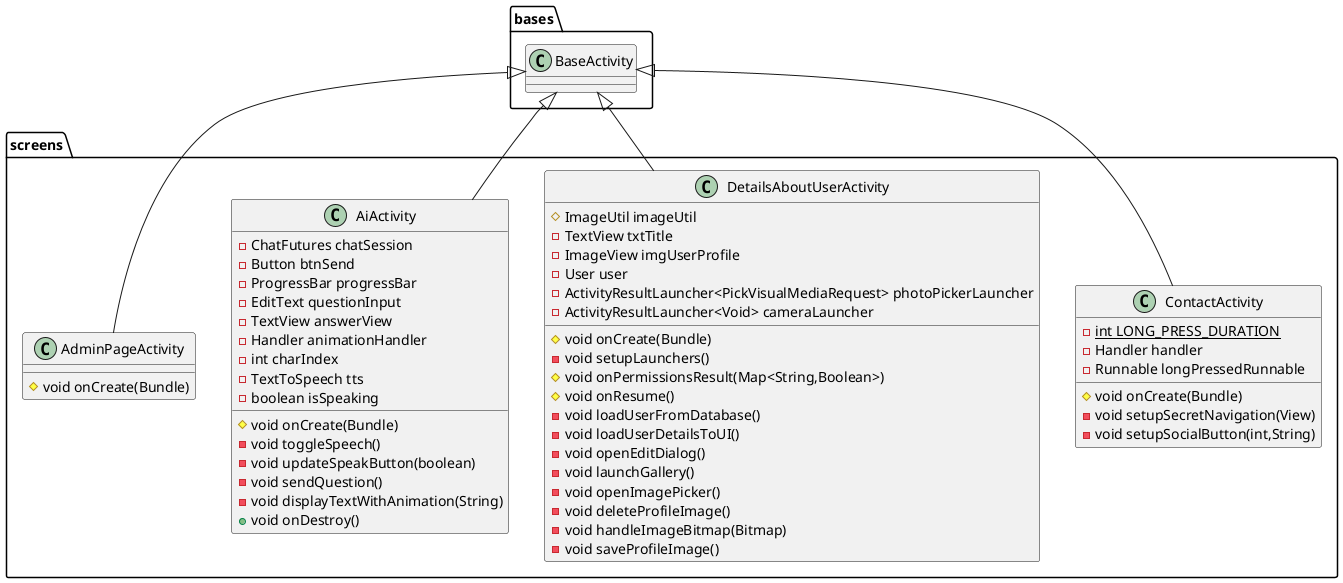
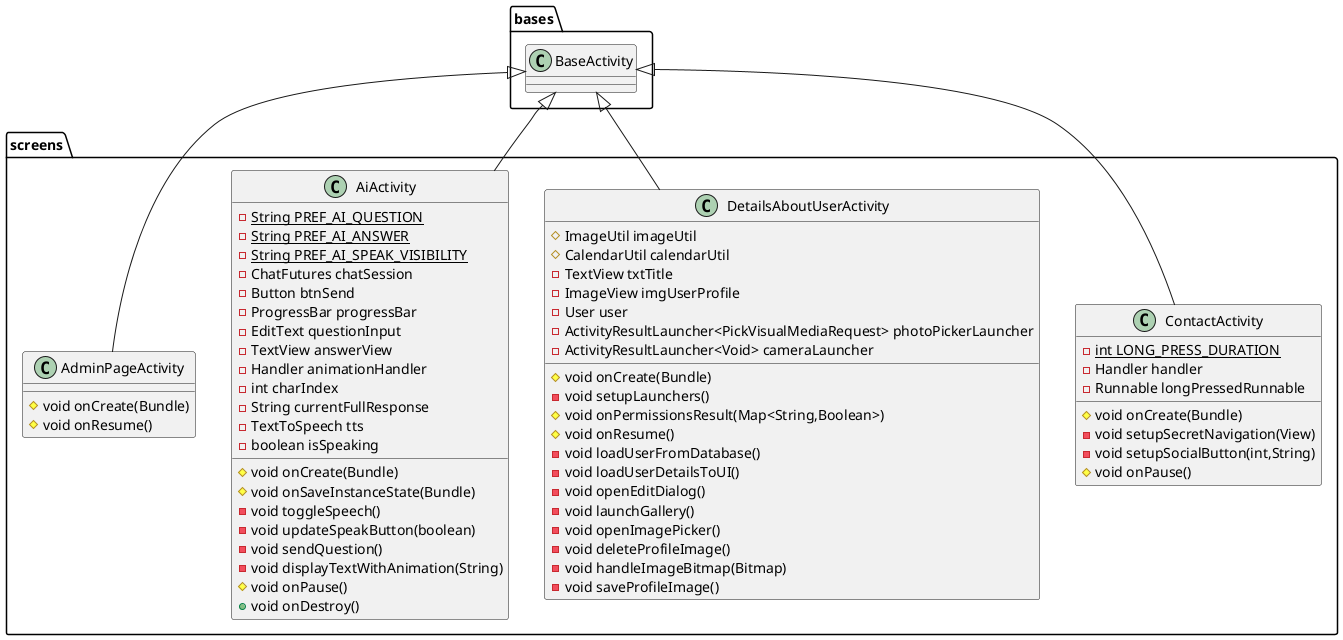
@startuml
class screens.ContactActivity {
- {static} int LONG_PRESS_DURATION
- Handler handler
- Runnable longPressedRunnable
# void onCreate(Bundle)
- void setupSecretNavigation(View)
- void setupSocialButton(int,String)
+ # void onPause()
}


class screens.DetailsAboutUserActivity {
# ImageUtil imageUtil
+ # CalendarUtil calendarUtil
- TextView txtTitle
- ImageView imgUserProfile
- User user
- ActivityResultLauncher<PickVisualMediaRequest> photoPickerLauncher
- ActivityResultLauncher<Void> cameraLauncher
# void onCreate(Bundle)
- void setupLaunchers()
# void onPermissionsResult(Map<String,Boolean>)
# void onResume()
- void loadUserFromDatabase()
- void loadUserDetailsToUI()
- void openEditDialog()
- void launchGallery()
- void openImagePicker()
- void deleteProfileImage()
- void handleImageBitmap(Bitmap)
- void saveProfileImage()
}


class screens.AiActivity {
+ - {static} String PREF_AI_QUESTION
+ - {static} String PREF_AI_ANSWER
+ - {static} String PREF_AI_SPEAK_VISIBILITY
- ChatFutures chatSession
- Button btnSend
- ProgressBar progressBar
- EditText questionInput
- TextView answerView
- Handler animationHandler
- int charIndex
+ - String currentFullResponse
- TextToSpeech tts
- boolean isSpeaking
# void onCreate(Bundle)
+ # void onSaveInstanceState(Bundle)
- void toggleSpeech()
- void updateSpeakButton(boolean)
- void sendQuestion()
- void displayTextWithAnimation(String)
+ # void onPause()
+ void onDestroy()
}


class screens.AdminPageActivity {
# void onCreate(Bundle)
+ # void onResume()
}



bases.BaseActivity <|-- screens.ContactActivity
bases.BaseActivity <|-- screens.DetailsAboutUserActivity
bases.BaseActivity <|-- screens.AiActivity
bases.BaseActivity <|-- screens.AdminPageActivity
- @enduml
+ @enduml